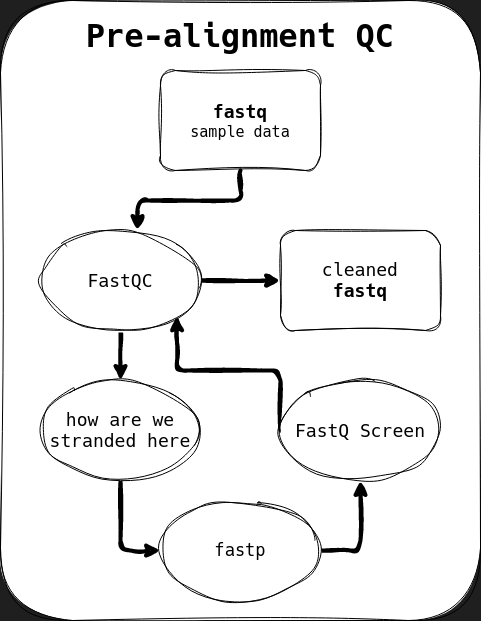
This is pre_align_qc.png from synanth/draw_io, a draw.io export, as it was before one commit. Source tidied: cells renumbered, new cells last; positions are measured from the earlier drawing's top-left corner, leaving out a move shared by most shapes.
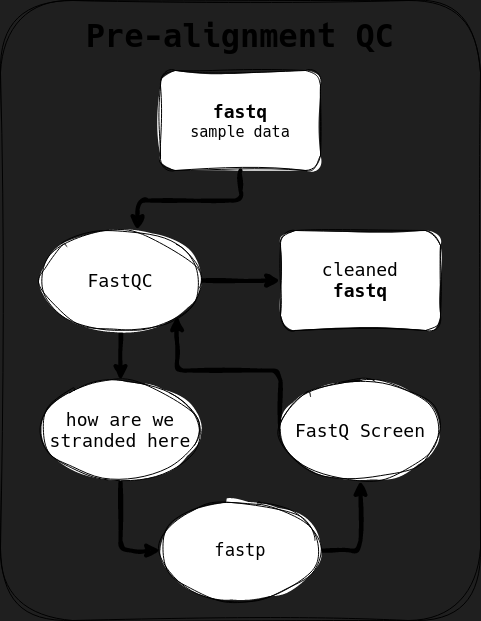
The same file after the commit.

The edit, as a diff of the source:
```diff
@@ -2,28 +2,28 @@
   <root>
     <mxCell id="0" />
     <mxCell id="1" parent="0" />
-    <mxCell id="2" style="rounded=1;whiteSpace=wrap;html=1;sketch=1;hachureGap=4;jiggle=2;curveFitting=1;fontFamily=Architects Daughter;fontSource=https%3A%2F%2Ffonts.googleapis.com%2Fcss%3Ffamily%3DArchitects%2BDaughter;labelPosition=center;verticalLabelPosition=top;align=center;verticalAlign=top;labelBackgroundColor=#1f1f1f;textOpacity=0;" parent="1" vertex="1">
+    <mxCell id="2" style="rounded=1;whiteSpace=wrap;html=1;hachureGap=4;fontFamily=hack;fontSource=https%3A%2F%2Ffonts.googleapis.com%2Fcss%3Ffamily%3Dhack;labelPosition=center;verticalLabelPosition=top;align=center;verticalAlign=top;labelBackgroundColor=#1f1f1f;textOpacity=0;sketch=1;curveFitting=1;jiggle=2;fillColor=none;" parent="1" vertex="1">
       <mxGeometry width="480" height="620" as="geometry" />
     </mxCell>
     <mxCell id="3" value="&lt;p style=&quot;line-height: 0%;&quot;&gt;&lt;/p&gt;&lt;h2 style=&quot;line-height: 30%;&quot;&gt;&lt;font face=&quot;hack&quot;&gt;fastq&lt;/font&gt;&lt;/h2&gt;&lt;div style=&quot;line-height: 30%; font-size: 15px;&quot;&gt;sample data&lt;br&gt;&lt;/div&gt;&lt;p&gt;&lt;/p&gt;" style="rounded=1;whiteSpace=wrap;html=1;sketch=1;curveFitting=1;jiggle=2;" parent="1" vertex="1">
       <mxGeometry x="160" y="70" width="160" height="100" as="geometry" />
     </mxCell>
-    <mxCell id="4" style="edgeStyle=orthogonalEdgeStyle;rounded=1;sketch=1;hachureGap=4;jiggle=2;curveFitting=1;jettySize=auto;html=1;exitX=0.5;exitY=1;exitDx=0;exitDy=0;entryX=0.5;entryY=0;entryDx=0;entryDy=0;fontFamily=Architects Daughter;fontSource=https%3A%2F%2Ffonts.googleapis.com%2Fcss%3Ffamily%3DArchitects%2BDaughter;strokeWidth=4;" parent="1" edge="1" source="6" target="13">
+    <mxCell id="4" style="edgeStyle=orthogonalEdgeStyle;rounded=1;hachureGap=4;jettySize=auto;html=1;exitX=0.5;exitY=1;exitDx=0;exitDy=0;entryX=0.5;entryY=0;entryDx=0;entryDy=0;fontFamily=Architects Daughter;fontSource=https%3A%2F%2Ffonts.googleapis.com%2Fcss%3Ffamily%3DArchitects%2BDaughter;strokeWidth=4;sketch=1;curveFitting=1;jiggle=2;" parent="1" edge="1" source="6" target="13">
       <mxGeometry relative="1" as="geometry" />
     </mxCell>
-    <mxCell id="5" style="edgeStyle=orthogonalEdgeStyle;rounded=1;sketch=1;hachureGap=4;jiggle=2;curveFitting=1;jettySize=auto;html=1;fontFamily=Architects Daughter;fontSource=https%3A%2F%2Ffonts.googleapis.com%2Fcss%3Ffamily%3DArchitects%2BDaughter;strokeWidth=4;" parent="1" edge="1" source="6" target="11">
+    <mxCell id="5" style="edgeStyle=orthogonalEdgeStyle;rounded=1;hachureGap=4;jettySize=auto;html=1;fontFamily=Architects Daughter;fontSource=https%3A%2F%2Ffonts.googleapis.com%2Fcss%3Ffamily%3DArchitects%2BDaughter;strokeWidth=4;sketch=1;curveFitting=1;jiggle=2;" parent="1" edge="1" source="6" target="11">
       <mxGeometry relative="1" as="geometry" />
     </mxCell>
-    <mxCell id="6" value="&lt;h2&gt;&lt;font face=&quot;hack&quot;&gt;&lt;span style=&quot;font-weight: normal;&quot;&gt;FastQC&lt;/span&gt;&lt;/font&gt;&lt;/h2&gt;" style="ellipse;whiteSpace=wrap;html=1;rounded=1;sketch=1;hachureGap=4;jiggle=2;curveFitting=1;fontFamily=Architects Daughter;fontSource=https%3A%2F%2Ffonts.googleapis.com%2Fcss%3Ffamily%3DArchitects%2BDaughter;" parent="1" vertex="1">
+    <mxCell id="6" value="&lt;h2&gt;&lt;font face=&quot;hack&quot;&gt;&lt;span style=&quot;font-weight: normal;&quot;&gt;FastQC&lt;/span&gt;&lt;/font&gt;&lt;/h2&gt;" style="ellipse;whiteSpace=wrap;html=1;rounded=1;hachureGap=4;fontFamily=Architects Daughter;fontSource=https%3A%2F%2Ffonts.googleapis.com%2Fcss%3Ffamily%3DArchitects%2BDaughter;sketch=1;curveFitting=1;jiggle=2;" parent="1" vertex="1">
       <mxGeometry x="40" y="230" width="160" height="100" as="geometry" />
     </mxCell>
-    <mxCell id="7" style="edgeStyle=orthogonalEdgeStyle;rounded=1;sketch=1;hachureGap=4;jiggle=2;curveFitting=1;jettySize=auto;html=1;fontFamily=Architects Daughter;fontSource=https%3A%2F%2Ffonts.googleapis.com%2Fcss%3Ffamily%3DArchitects%2BDaughter;entryX=0.5;entryY=1;entryDx=0;entryDy=0;exitX=1;exitY=0.5;exitDx=0;exitDy=0;strokeWidth=4;" parent="1" edge="1" source="8" target="10">
+    <mxCell id="7" style="edgeStyle=orthogonalEdgeStyle;rounded=1;hachureGap=4;jettySize=auto;html=1;fontFamily=Architects Daughter;fontSource=https%3A%2F%2Ffonts.googleapis.com%2Fcss%3Ffamily%3DArchitects%2BDaughter;entryX=0.5;entryY=1;entryDx=0;entryDy=0;exitX=1;exitY=0.5;exitDx=0;exitDy=0;strokeWidth=4;sketch=1;curveFitting=1;jiggle=2;" parent="1" edge="1" source="8" target="10">
       <mxGeometry relative="1" as="geometry" />
     </mxCell>
-    <mxCell id="8" value="&lt;font style=&quot;font-size: 17px;&quot; face=&quot;hack&quot;&gt;fastp&lt;/font&gt;" style="ellipse;whiteSpace=wrap;html=1;rounded=1;sketch=1;hachureGap=4;jiggle=2;curveFitting=1;fontFamily=Architects Daughter;fontSource=https%3A%2F%2Ffonts.googleapis.com%2Fcss%3Ffamily%3DArchitects%2BDaughter;" parent="1" vertex="1">
+    <mxCell id="8" value="&lt;font style=&quot;font-size: 17px;&quot; face=&quot;hack&quot;&gt;fastp&lt;/font&gt;" style="ellipse;whiteSpace=wrap;html=1;rounded=1;hachureGap=4;fontFamily=Architects Daughter;fontSource=https%3A%2F%2Ffonts.googleapis.com%2Fcss%3Ffamily%3DArchitects%2BDaughter;sketch=1;curveFitting=1;jiggle=2;" parent="1" vertex="1">
       <mxGeometry x="160" y="500" width="160" height="100" as="geometry" />
     </mxCell>
-    <mxCell id="9" style="edgeStyle=orthogonalEdgeStyle;rounded=1;sketch=1;hachureGap=4;jiggle=2;curveFitting=1;jettySize=auto;html=1;exitX=0;exitY=0.5;exitDx=0;exitDy=0;entryX=1;entryY=1;entryDx=0;entryDy=0;fontFamily=Architects Daughter;fontSource=https%3A%2F%2Ffonts.googleapis.com%2Fcss%3Ffamily%3DArchitects%2BDaughter;strokeWidth=4;" parent="1" edge="1" source="10" target="6">
+    <mxCell id="9" style="edgeStyle=orthogonalEdgeStyle;rounded=1;hachureGap=4;jettySize=auto;html=1;exitX=0;exitY=0.5;exitDx=0;exitDy=0;entryX=1;entryY=1;entryDx=0;entryDy=0;fontFamily=Architects Daughter;fontSource=https%3A%2F%2Ffonts.googleapis.com%2Fcss%3Ffamily%3DArchitects%2BDaughter;strokeWidth=4;sketch=1;curveFitting=1;jiggle=2;" parent="1" edge="1" source="10" target="6">
       <mxGeometry relative="1" as="geometry">
         <Array as="points">
           <mxPoint x="280" y="370" />
@@ -31,22 +31,22 @@
         </Array>
       </mxGeometry>
     </mxCell>
-    <mxCell id="10" value="&lt;font style=&quot;font-size: 18px;&quot; face=&quot;hack&quot;&gt;FastQ Screen&lt;/font&gt;" style="ellipse;whiteSpace=wrap;html=1;rounded=1;sketch=1;hachureGap=4;jiggle=2;curveFitting=1;fontFamily=Architects Daughter;fontSource=https%3A%2F%2Ffonts.googleapis.com%2Fcss%3Ffamily%3DArchitects%2BDaughter;" parent="1" vertex="1">
+    <mxCell id="10" value="&lt;font style=&quot;font-size: 18px;&quot; face=&quot;hack&quot;&gt;FastQ Screen&lt;/font&gt;" style="ellipse;whiteSpace=wrap;html=1;rounded=1;hachureGap=4;fontFamily=Architects Daughter;fontSource=https%3A%2F%2Ffonts.googleapis.com%2Fcss%3Ffamily%3DArchitects%2BDaughter;sketch=1;curveFitting=1;jiggle=2;" parent="1" vertex="1">
       <mxGeometry x="280" y="380" width="160" height="100" as="geometry" />
     </mxCell>
-    <mxCell id="11" value="&lt;div&gt;&lt;font style=&quot;font-size: 18px;&quot;&gt;&lt;font face=&quot;hack&quot;&gt;cleaned&lt;/font&gt;&lt;/font&gt;&lt;/div&gt;&lt;div&gt;&lt;font style=&quot;font-size: 18px;&quot;&gt;&lt;font face=&quot;hack&quot;&gt;&lt;b&gt;fastq&lt;/b&gt;&lt;/font&gt;&lt;/font&gt;&lt;/div&gt;" style="rounded=1;whiteSpace=wrap;html=1;sketch=1;hachureGap=4;jiggle=2;curveFitting=1;fontFamily=Architects Daughter;fontSource=https%3A%2F%2Ffonts.googleapis.com%2Fcss%3Ffamily%3DArchitects%2BDaughter;" parent="1" vertex="1">
+    <mxCell id="11" value="&lt;div&gt;&lt;font style=&quot;font-size: 18px;&quot;&gt;&lt;font face=&quot;hack&quot;&gt;cleaned&lt;/font&gt;&lt;/font&gt;&lt;/div&gt;&lt;div&gt;&lt;font style=&quot;font-size: 18px;&quot;&gt;&lt;font face=&quot;hack&quot;&gt;&lt;b&gt;fastq&lt;/b&gt;&lt;/font&gt;&lt;/font&gt;&lt;/div&gt;" style="rounded=1;whiteSpace=wrap;html=1;hachureGap=4;fontFamily=Architects Daughter;fontSource=https%3A%2F%2Ffonts.googleapis.com%2Fcss%3Ffamily%3DArchitects%2BDaughter;sketch=1;curveFitting=1;jiggle=2;" parent="1" vertex="1">
       <mxGeometry x="280" y="230" width="160" height="100" as="geometry" />
     </mxCell>
-    <mxCell id="12" style="edgeStyle=orthogonalEdgeStyle;rounded=1;sketch=1;hachureGap=4;jiggle=2;curveFitting=1;jettySize=auto;html=1;entryX=0;entryY=0.5;entryDx=0;entryDy=0;fontFamily=Architects Daughter;fontSource=https%3A%2F%2Ffonts.googleapis.com%2Fcss%3Ffamily%3DArchitects%2BDaughter;strokeWidth=4;" parent="1" edge="1" source="13" target="8">
+    <mxCell id="12" style="edgeStyle=orthogonalEdgeStyle;rounded=1;hachureGap=4;jettySize=auto;html=1;entryX=0;entryY=0.5;entryDx=0;entryDy=0;fontFamily=Architects Daughter;fontSource=https%3A%2F%2Ffonts.googleapis.com%2Fcss%3Ffamily%3DArchitects%2BDaughter;strokeWidth=4;sketch=1;curveFitting=1;jiggle=2;" parent="1" edge="1" source="13" target="8">
       <mxGeometry relative="1" as="geometry" />
     </mxCell>
-    <mxCell id="13" value="&lt;font style=&quot;font-size: 18px;&quot; face=&quot;hack&quot;&gt;how are we stranded here&lt;/font&gt;" style="ellipse;whiteSpace=wrap;html=1;rounded=1;sketch=1;hachureGap=4;jiggle=2;curveFitting=1;fontFamily=Architects Daughter;fontSource=https%3A%2F%2Ffonts.googleapis.com%2Fcss%3Ffamily%3DArchitects%2BDaughter;" parent="1" vertex="1">
+    <mxCell id="13" value="&lt;font style=&quot;font-size: 18px;&quot; face=&quot;hack&quot;&gt;how are we stranded here&lt;/font&gt;" style="ellipse;whiteSpace=wrap;html=1;rounded=1;hachureGap=4;fontFamily=Architects Daughter;fontSource=https%3A%2F%2Ffonts.googleapis.com%2Fcss%3Ffamily%3DArchitects%2BDaughter;sketch=1;curveFitting=1;jiggle=2;" parent="1" vertex="1">
       <mxGeometry x="40" y="380" width="160" height="100" as="geometry" />
     </mxCell>
-    <mxCell id="14" style="edgeStyle=orthogonalEdgeStyle;rounded=1;sketch=1;hachureGap=4;jiggle=2;curveFitting=1;jettySize=auto;html=1;entryX=0.606;entryY=0;entryDx=0;entryDy=0;entryPerimeter=0;fontFamily=Architects Daughter;fontSource=https%3A%2F%2Ffonts.googleapis.com%2Fcss%3Ffamily%3DArchitects%2BDaughter;strokeWidth=4;" parent="1" edge="1" source="3" target="6">
+    <mxCell id="14" style="edgeStyle=orthogonalEdgeStyle;rounded=1;hachureGap=4;jettySize=auto;html=1;entryX=0.606;entryY=0;entryDx=0;entryDy=0;entryPerimeter=0;fontFamily=Architects Daughter;fontSource=https%3A%2F%2Ffonts.googleapis.com%2Fcss%3Ffamily%3DArchitects%2BDaughter;strokeWidth=4;sketch=1;curveFitting=1;jiggle=2;" parent="1" edge="1" source="3" target="6">
       <mxGeometry relative="1" as="geometry" />
     </mxCell>
-    <mxCell id="15" value="&lt;div style=&quot;font-size: 32px;&quot; align=&quot;center&quot;&gt;&lt;font style=&quot;font-size: 32px;&quot;&gt;&lt;b&gt;&lt;font style=&quot;font-size: 32px;&quot; face=&quot;hack&quot;&gt;Pre-alignment QC&lt;/font&gt;&lt;/b&gt;&lt;/font&gt;&lt;/div&gt;" style="text;html=1;whiteSpace=wrap;overflow=hidden;rounded=0;fontFamily=Architects Daughter;fontSource=https%3A%2F%2Ffonts.googleapis.com%2Fcss%3Ffamily%3DArchitects%2BDaughter;align=center;fontColor=#000000;" parent="1" vertex="1">
+    <mxCell id="15" value="&lt;div style=&quot;font-size: 32px;&quot; align=&quot;center&quot;&gt;&lt;font style=&quot;font-size: 32px;&quot;&gt;&lt;b&gt;&lt;font style=&quot;font-size: 32px;&quot; face=&quot;hack&quot;&gt;Pre-alignment QC&lt;/font&gt;&lt;/b&gt;&lt;/font&gt;&lt;/div&gt;" style="text;html=1;whiteSpace=wrap;overflow=hidden;rounded=1;fontFamily=Architects Daughter;fontSource=https%3A%2F%2Ffonts.googleapis.com%2Fcss%3Ffamily%3DArchitects%2BDaughter;align=center;fontColor=#000000;sketch=1;curveFitting=1;jiggle=2;" parent="1" vertex="1">
       <mxGeometry y="10" width="480" height="110" as="geometry" />
     </mxCell>
   </root>
```
